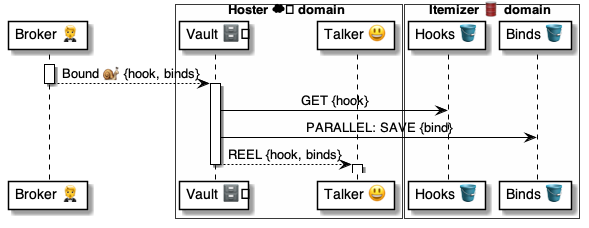
Before: 4 ⚙️ Solution/41 🎭 Domain Roles/Vaults 🗄️/🗄️🅰️ Vault methods/Bound 🤵🐌🗄️/🗄️ Bound ⚙️ uml.png, a diagram exported from PlantUML (pollyweb-org/pollyweb-docs). Its source is kept beside it as 4 ⚙️ Solution/41 🎭 Domain Roles/Vaults 🗄️/🗄️🅰️ Vault methods/Bound 🤵🐌🗄️/🗄️ Bound ⚙️ uml.puml.
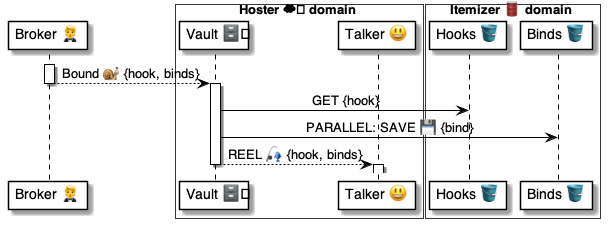
The same file after the commit.

Change to the diagram source:
```diff
@@ -18,8 +18,8 @@
 
 activate vault
     vault -> hooks: GET {hook}
-    vault -> binds: PARALLEL: SAVE {bind}
-    vault --> talker: REEL {hook, binds}
+    vault -> binds: PARALLEL: SAVE 💾 {bind}
+    vault --> talker: REEL 🎣 {hook, binds}
 deactivate vault
 
 activate talker
```
